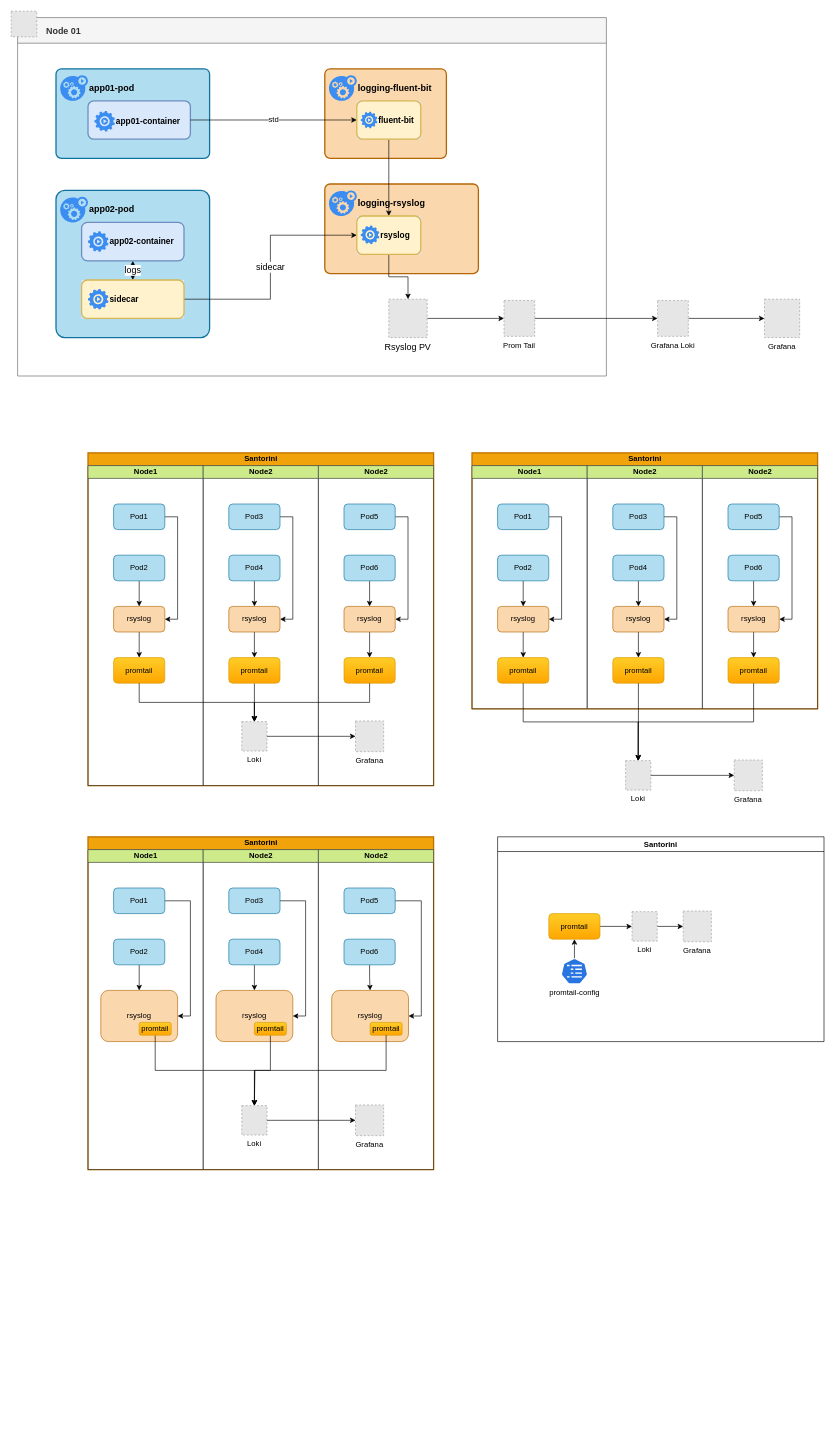
Above: page "loki" (11 of 11) of st/Log.drawio in gaivin/drawio (draw.io), before the change. Source tidied: cells renumbered, new cells numbered last; positions are measured from the earlier drawing's top-left corner, leaving out a move shared by most shapes. Both pictures are drawn from the tidied source at 64%, with x=0, y=0 at pixel (11, 11). Pictures stored in the file or linked from it are replaced by grey dashed boxes.
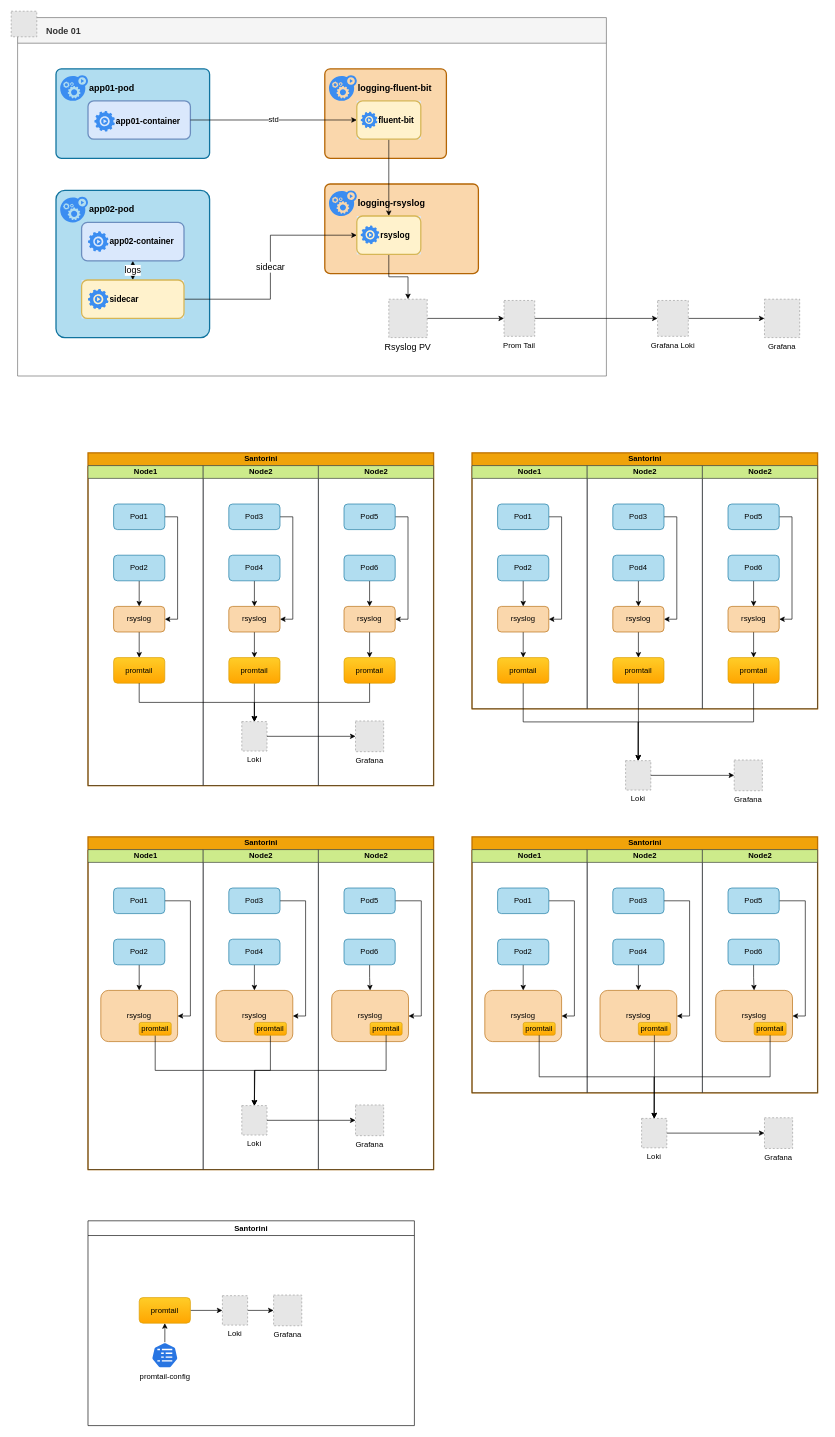
The same diagram, later.

Change to the diagram source:
```diff
@@
     <mxCell id="134" value="Santorini" style="swimlane;whiteSpace=wrap;html=1;" parent="1" vertex="1">
-      <mxGeometry x="760" y="1290" width="510" height="320" as="geometry" />
+      <mxGeometry x="120" y="1890" width="510" height="320" as="geometry" />
     </mxCell>
@@
+    <mxCell id="142" value="Santorini" style="swimlane;startSize=20;html=1;fillColor=#f0a30a;strokeColor=#BD7000;fontColor=#000000;strokeWidth=2;" parent="1" vertex="1">
+      <mxGeometry x="720" y="1290" width="540" height="400" as="geometry" />
+    </mxCell>
+    <mxCell id="143" value="Node1" style="swimlane;startSize=20;html=1;fillColor=#cdeb8b;strokeColor=#36393d;" parent="142" vertex="1">
+      <mxGeometry y="20" width="180" height="380" as="geometry" />
+    </mxCell>
+    <mxCell id="144" style="edgeStyle=orthogonalEdgeStyle;rounded=0;jettySize=auto;html=1;exitX=1;exitY=0.5;exitDx=0;exitDy=0;entryX=1;entryY=0.5;entryDx=0;entryDy=0;" parent="143" edge="1" source="145" target="150">
+      <mxGeometry relative="1" as="geometry" />
+    </mxCell>
+    <mxCell id="145" value="Pod1" style="rounded=1;whiteSpace=wrap;html=1;fillColor=#b1ddf0;strokeColor=#10739e;" parent="143" vertex="1">
+      <mxGeometry x="40" y="60" width="80" height="40" as="geometry" />
+    </mxCell>
+    <mxCell id="146" style="edgeStyle=orthogonalEdgeStyle;rounded=0;jettySize=auto;html=1;exitX=0.5;exitY=1;exitDx=0;exitDy=0;entryX=0.5;entryY=0;entryDx=0;entryDy=0;" parent="143" edge="1" source="147" target="150">
+      <mxGeometry relative="1" as="geometry" />
+    </mxCell>
+    <mxCell id="147" value="Pod2" style="rounded=1;whiteSpace=wrap;html=1;fillColor=#b1ddf0;strokeColor=#10739e;" parent="143" vertex="1">
+      <mxGeometry x="40" y="140" width="80" height="40" as="geometry" />
+    </mxCell>
+    <mxCell id="148" style="group;" parent="143" vertex="1">
+      <mxGeometry x="20" y="220" width="120" height="80" as="geometry" />
+    </mxCell>
+    <mxCell id="149" style="group;" parent="148" vertex="1">
+      <mxGeometry width="120" height="80" as="geometry" />
+    </mxCell>
+    <mxCell id="150" value="rsyslog" style="rounded=1;whiteSpace=wrap;html=1;fillColor=#fad7ac;strokeColor=#b46504;" parent="149" vertex="1">
+      <mxGeometry width="120" height="80" as="geometry" />
+    </mxCell>
+    <mxCell id="151" value="promtail" style="rounded=1;whiteSpace=wrap;html=1;fillColor=#ffcd28;strokeColor=#d79b00;gradientColor=#ffa500;" parent="149" vertex="1">
+      <mxGeometry x="60" y="50" width="50" height="20" as="geometry" />
+    </mxCell>
+    <mxCell id="152" value="Node2" style="swimlane;startSize=20;html=1;fillColor=#cdeb8b;strokeColor=#36393d;" parent="142" vertex="1">
+      <mxGeometry x="180" y="20" width="180" height="380" as="geometry" />
+    </mxCell>
+    <mxCell id="153" style="edgeStyle=orthogonalEdgeStyle;rounded=0;jettySize=auto;html=1;exitX=1;exitY=0.5;exitDx=0;exitDy=0;entryX=1;entryY=0.5;entryDx=0;entryDy=0;" parent="152" edge="1" source="154" target="159">
+      <mxGeometry relative="1" as="geometry" />
+    </mxCell>
+    <mxCell id="154" value="Pod3" style="rounded=1;whiteSpace=wrap;html=1;fillColor=#b1ddf0;strokeColor=#10739e;" parent="152" vertex="1">
+      <mxGeometry x="40" y="60" width="80" height="40" as="geometry" />
+    </mxCell>
+    <mxCell id="155" style="edgeStyle=orthogonalEdgeStyle;rounded=0;jettySize=auto;html=1;exitX=0.5;exitY=1;exitDx=0;exitDy=0;" parent="152" edge="1" source="156" target="159">
+      <mxGeometry relative="1" as="geometry" />
+    </mxCell>
+    <mxCell id="156" value="Pod4" style="rounded=1;whiteSpace=wrap;html=1;fillColor=#b1ddf0;strokeColor=#10739e;" parent="152" vertex="1">
+      <mxGeometry x="40" y="140" width="80" height="40" as="geometry" />
+    </mxCell>
+    <mxCell id="157" style="group;" parent="152" vertex="1">
+      <mxGeometry x="20" y="220" width="120" height="80" as="geometry" />
+    </mxCell>
+    <mxCell id="158" style="group;" parent="157" vertex="1">
+      <mxGeometry width="120" height="80" as="geometry" />
+    </mxCell>
+    <mxCell id="159" value="rsyslog" style="rounded=1;whiteSpace=wrap;html=1;fillColor=#fad7ac;strokeColor=#b46504;" parent="158" vertex="1">
+      <mxGeometry width="120" height="80" as="geometry" />
+    </mxCell>
+    <mxCell id="160" value="promtail" style="rounded=1;whiteSpace=wrap;html=1;fillColor=#ffcd28;strokeColor=#d79b00;gradientColor=#ffa500;" parent="158" vertex="1">
+      <mxGeometry x="60" y="50" width="50" height="20" as="geometry" />
+    </mxCell>
+    <mxCell id="161" value="Node2" style="swimlane;startSize=20;html=1;fillColor=#cdeb8b;strokeColor=#36393d;" parent="142" vertex="1">
+      <mxGeometry x="360" y="20" width="180" height="380" as="geometry" />
+    </mxCell>
+    <mxCell id="162" style="edgeStyle=orthogonalEdgeStyle;rounded=0;jettySize=auto;html=1;exitX=1;exitY=0.5;exitDx=0;exitDy=0;entryX=1;entryY=0.5;entryDx=0;entryDy=0;" parent="161" edge="1" source="163" target="168">
+      <mxGeometry relative="1" as="geometry" />
+    </mxCell>
+    <mxCell id="163" value="Pod5" style="rounded=1;whiteSpace=wrap;html=1;fillColor=#b1ddf0;strokeColor=#10739e;" parent="161" vertex="1">
+      <mxGeometry x="40" y="60" width="80" height="40" as="geometry" />
+    </mxCell>
+    <mxCell id="164" style="edgeStyle=orthogonalEdgeStyle;rounded=0;jettySize=auto;html=1;exitX=0.5;exitY=1;exitDx=0;exitDy=0;" parent="161" edge="1" source="165" target="168">
+      <mxGeometry relative="1" as="geometry" />
+    </mxCell>
+    <mxCell id="165" value="Pod6" style="rounded=1;whiteSpace=wrap;html=1;fillColor=#b1ddf0;strokeColor=#10739e;" parent="161" vertex="1">
+      <mxGeometry x="40" y="140" width="80" height="40" as="geometry" />
+    </mxCell>
+    <mxCell id="166" style="group;" parent="161" vertex="1">
+      <mxGeometry x="20.8" y="220" width="120" height="80" as="geometry" />
+    </mxCell>
+    <mxCell id="167" style="group;" parent="166" vertex="1">
+      <mxGeometry width="120" height="80" as="geometry" />
+    </mxCell>
+    <mxCell id="168" value="rsyslog" style="rounded=1;whiteSpace=wrap;html=1;fillColor=#fad7ac;strokeColor=#b46504;" parent="167" vertex="1">
+      <mxGeometry width="120" height="80" as="geometry" />
+    </mxCell>
+    <mxCell id="169" value="promtail" style="rounded=1;whiteSpace=wrap;html=1;fillColor=#ffcd28;strokeColor=#d79b00;gradientColor=#ffa500;" parent="167" vertex="1">
+      <mxGeometry x="60" y="50" width="50" height="20" as="geometry" />
+    </mxCell>
+    <mxCell id="170" value="Grafana" style="fillColor=#E6E6E6;strokeColor=#999999;dashed=1;verticalLabelPosition=bottom;labelBackgroundColor=default;verticalAlign=top;" parent="1" vertex="1">
+      <mxGeometry x="1177" y="1729" width="44" height="48" as="geometry" />
+    </mxCell>
+    <mxCell id="171" style="edgeStyle=orthogonalEdgeStyle;rounded=0;jettySize=auto;html=1;exitX=1;exitY=0.5;exitDx=0;exitDy=0;" parent="1" edge="1" source="172" target="170">
+      <mxGeometry relative="1" as="geometry" />
+    </mxCell>
+    <mxCell id="172" value="Loki" style="fillColor=#E6E6E6;strokeColor=#999999;dashed=1;verticalLabelPosition=bottom;labelBackgroundColor=default;verticalAlign=top;" parent="1" vertex="1">
+      <mxGeometry x="985" y="1730" width="39.4" height="46" as="geometry" />
+    </mxCell>
+    <mxCell id="173" style="edgeStyle=orthogonalEdgeStyle;rounded=0;jettySize=auto;html=1;exitX=0.5;exitY=1;exitDx=0;exitDy=0;" parent="1" edge="1" source="169" target="172">
+      <mxGeometry relative="1" as="geometry" />
+    </mxCell>
+    <mxCell id="174" style="edgeStyle=orthogonalEdgeStyle;rounded=0;jettySize=auto;html=1;exitX=0.5;exitY=1;exitDx=0;exitDy=0;entryX=0.5;entryY=0;entryDx=0;entryDy=0;" parent="1" edge="1" source="160" target="172">
+      <mxGeometry relative="1" as="geometry" />
+    </mxCell>
+    <mxCell id="175" style="edgeStyle=orthogonalEdgeStyle;rounded=0;jettySize=auto;html=1;exitX=0.5;exitY=1;exitDx=0;exitDy=0;entryX=0.5;entryY=0;entryDx=0;entryDy=0;" parent="1" edge="1" source="151" target="172">
+      <mxGeometry relative="1" as="geometry" />
+    </mxCell>
```
